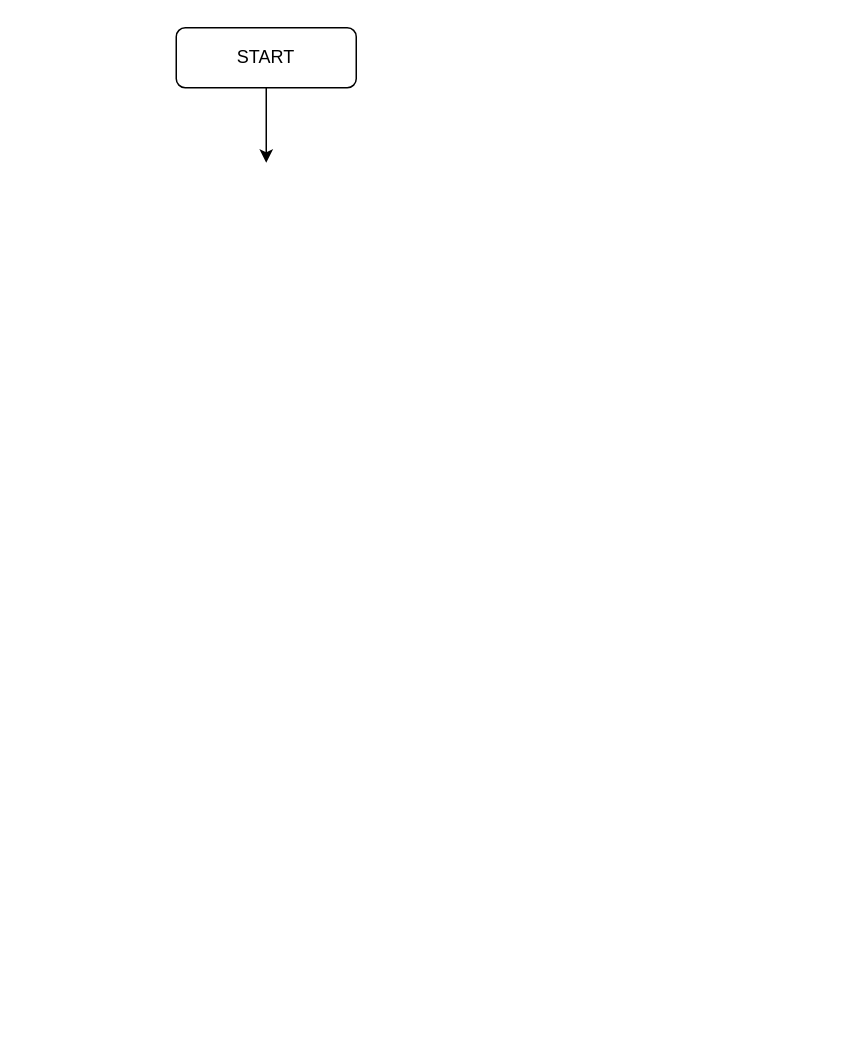
The draw.io diagram Untitled Diagram.drawio in Smartlify08/Finsweet-Webpage, before the edit. Source tidied: cells renumbered, new cells numbered last; positions are measured from the earlier drawing's top-left corner, leaving out a move shared by most shapes. Both pictures are drawn from the tidied source at 150%, with x=0, y=0 at pixel (176, 27).
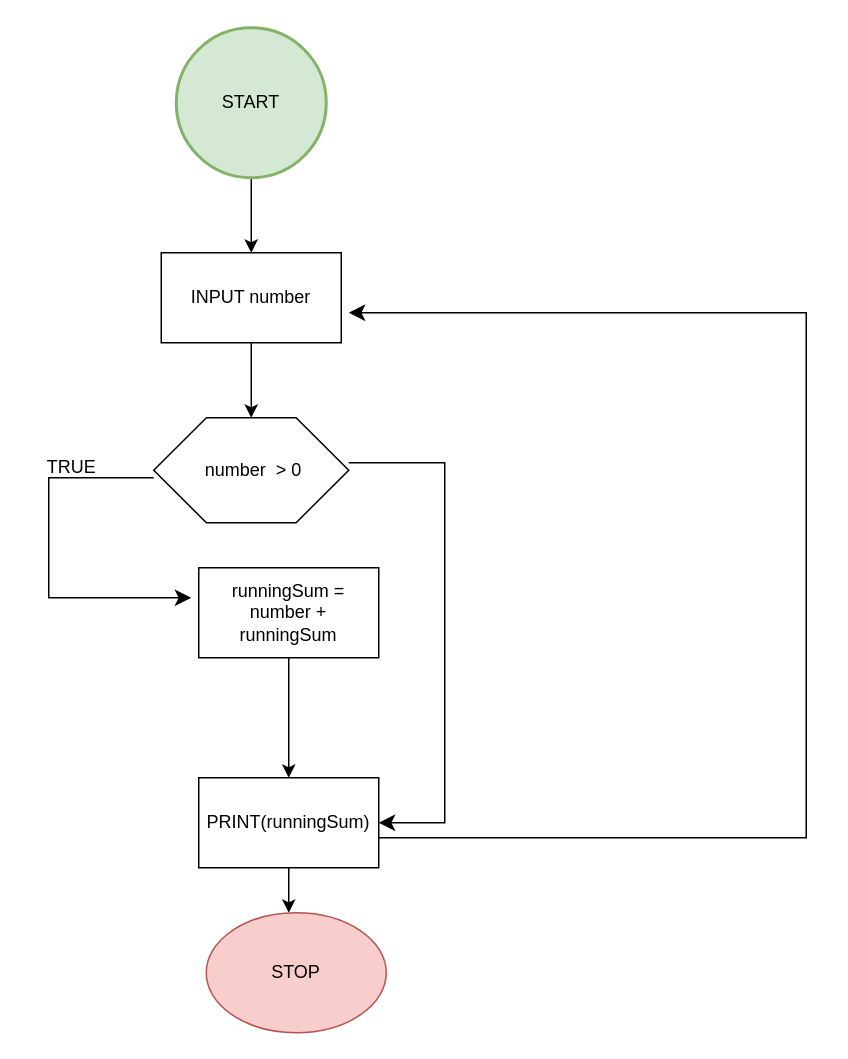
The same page after the edit.

The edit, as a diff of the source:
```diff
@@
-    <mxCell id="2" style="edgeStyle=orthogonalEdgeStyle;rounded=0;jettySize=auto;html=1;" parent="1" edge="1" source="3">
-      <mxGeometry relative="1" as="geometry">
-        <mxPoint x="60" y="90" as="targetPoint" />
-      </mxGeometry>
-    </mxCell>
+    <mxCell id="4" style="edgeStyle=orthogonalEdgeStyle;rounded=0;jettySize=auto;html=1;" parent="1" edge="1" source="5">
+      <mxGeometry relative="1" as="geometry">
+        <mxPoint x="50" y="260" as="targetPoint" />
+      </mxGeometry>
+    </mxCell>
+    <mxCell id="5" value="INPUT number" style="rounded=0;whiteSpace=wrap;html=1;" parent="1" vertex="1">
+      <mxGeometry x="-10" y="150" width="120" height="60" as="geometry" />
+    </mxCell>
+    <mxCell id="6" style="verticalLabelPosition=bottom;verticalAlign=top;html=1;shape=hexagon;perimeter=hexagonPerimeter2;arcSize=6;size=0.27;" parent="1" vertex="1">
+      <mxGeometry x="-15" y="260" width="130" height="70" as="geometry" />
+    </mxCell>
+    <mxCell id="7" style="edgeStyle=orthogonalEdgeStyle;rounded=0;jettySize=auto;html=1;" parent="1" edge="1" source="3" target="5">
+      <mxGeometry relative="1" as="geometry" />
+    </mxCell>
-    <mxCell id="3" value="START" style="rounded=1;whiteSpace=wrap;html=1;fontSize=12;glass=0;strokeWidth=1;shadow=0;" parent="1" vertex="1">
-      <mxGeometry width="120" height="40" as="geometry" />
+    <mxCell id="3" value="START" style="strokeWidth=2;html=1;shape=mxgraph.flowchart.start_2;whiteSpace=wrap;fillColor=#d5e8d4;strokeColor=#82b366;" parent="1" vertex="1">
+      <mxGeometry width="100" height="100" as="geometry" />
     </mxCell>
+    <mxCell id="8" value="&amp;nbsp;number&amp;nbsp; &amp;gt; 0" style="text;html=1;strokeColor=none;fillColor=none;align=center;verticalAlign=middle;whiteSpace=wrap;rounded=0;" parent="1" vertex="1">
+      <mxGeometry x="15" y="280" width="70" height="30" as="geometry" />
+    </mxCell>
+    <mxCell id="9" style="edgeStyle=elbowEdgeStyle;elbow=horizontal;endArrow=classic;html=1;curved=0;rounded=0;endSize=8;startSize=8;" parent="1" edge="1">
+      <mxGeometry relative="1" as="geometry">
+        <mxPoint x="-15" y="300" as="sourcePoint" />
+        <mxPoint x="10" y="380" as="targetPoint" />
+        <Array as="points">
+          <mxPoint x="-85" y="360" />
+        </Array>
+      </mxGeometry>
+    </mxCell>
+    <mxCell id="10" style="edgeStyle=orthogonalEdgeStyle;rounded=0;jettySize=auto;html=1;" parent="1" edge="1" source="11">
+      <mxGeometry relative="1" as="geometry">
+        <mxPoint x="75" y="500" as="targetPoint" />
+      </mxGeometry>
+    </mxCell>
+    <mxCell id="11" value="runningSum = number + runningSum" style="rounded=0;whiteSpace=wrap;html=1;" parent="1" vertex="1">
+      <mxGeometry x="15" y="360" width="120" height="60" as="geometry" />
+    </mxCell>
+    <mxCell id="12" value="TRUE" style="text;html=1;align=center;verticalAlign=middle;strokeColor=none;fillColor=none;" parent="1" vertex="1">
+      <mxGeometry x="-100" y="278" width="60" height="30" as="geometry" />
+    </mxCell>
+    <mxCell id="13" style="edgeStyle=elbowEdgeStyle;elbow=horizontal;endArrow=classic;html=1;curved=0;rounded=0;endSize=8;startSize=8;entryX=1;entryY=0.5;entryDx=0;entryDy=0;" parent="1" edge="1" target="16">
+      <mxGeometry relative="1" as="geometry">
+        <mxPoint x="115" y="290" as="sourcePoint" />
+        <Array as="points">
+          <mxPoint x="179" y="348" />
+        </Array>
+      </mxGeometry>
+    </mxCell>
+    <mxCell id="14" style="edgeStyle=elbowEdgeStyle;elbow=horizontal;endArrow=classic;html=1;curved=0;rounded=0;endSize=8;startSize=8;entryX=1;entryY=0.5;entryDx=0;entryDy=0;exitX=1;exitY=0.5;exitDx=0;exitDy=0;" parent="1" edge="1">
+      <mxGeometry relative="1" as="geometry">
+        <mxPoint x="135" y="540" as="sourcePoint" />
+        <mxPoint x="115" y="190" as="targetPoint" />
+        <Array as="points">
+          <mxPoint x="420" y="170" />
+        </Array>
+      </mxGeometry>
+    </mxCell>
+    <mxCell id="15" style="edgeStyle=orthogonalEdgeStyle;rounded=0;jettySize=auto;html=1;" parent="1" edge="1" source="16">
+      <mxGeometry relative="1" as="geometry">
+        <mxPoint x="75" y="590" as="targetPoint" />
+      </mxGeometry>
+    </mxCell>
+    <mxCell id="16" value="PRINT(runningSum)" style="rounded=0;whiteSpace=wrap;html=1;" parent="1" vertex="1">
+      <mxGeometry x="15" y="500" width="120" height="60" as="geometry" />
+    </mxCell>
+    <mxCell id="17" value="STOP" style="ellipse;whiteSpace=wrap;html=1;fillColor=#f8cecc;strokeColor=#b85450;" parent="1" vertex="1">
+      <mxGeometry x="20" y="590" width="120" height="80" as="geometry" />
+    </mxCell>
```
